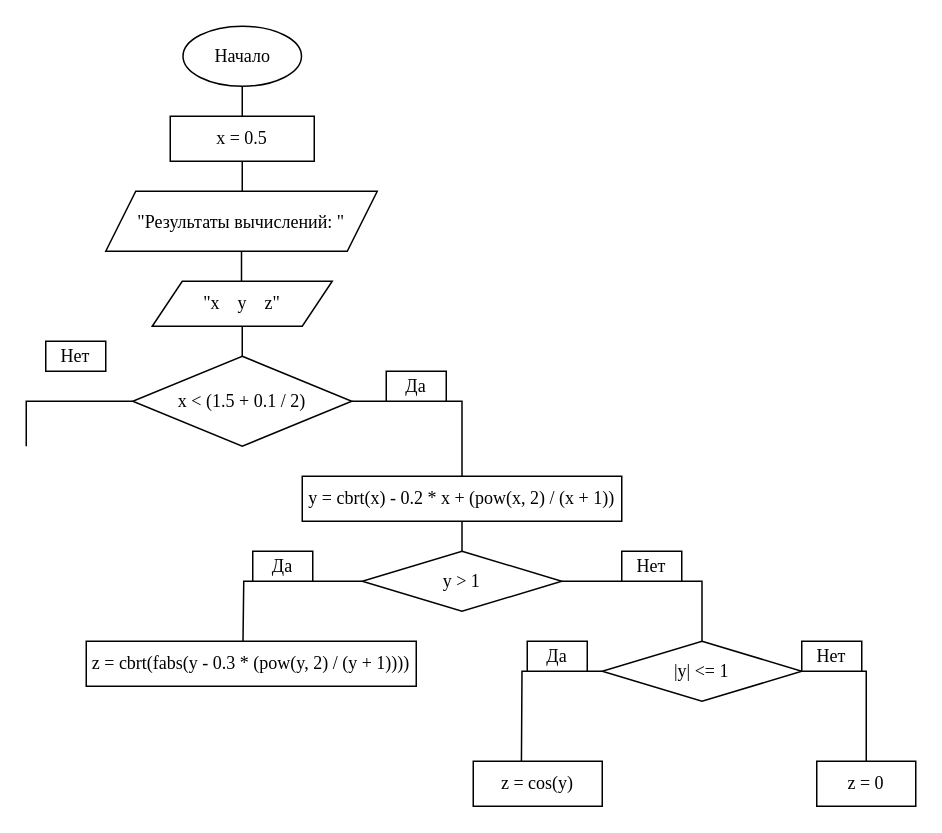
kkazim/proj keeps this draw.io diagram as Диаграмма без названия.drawio. Above is the earlier version. Source tidied: cells renumbered, new cells numbered last; positions are measured from the earlier drawing's top-left corner, leaving out a move shared by most shapes. Both pictures are drawn from the tidied source at 150%, with x=0, y=0 at pixel (26, 26).
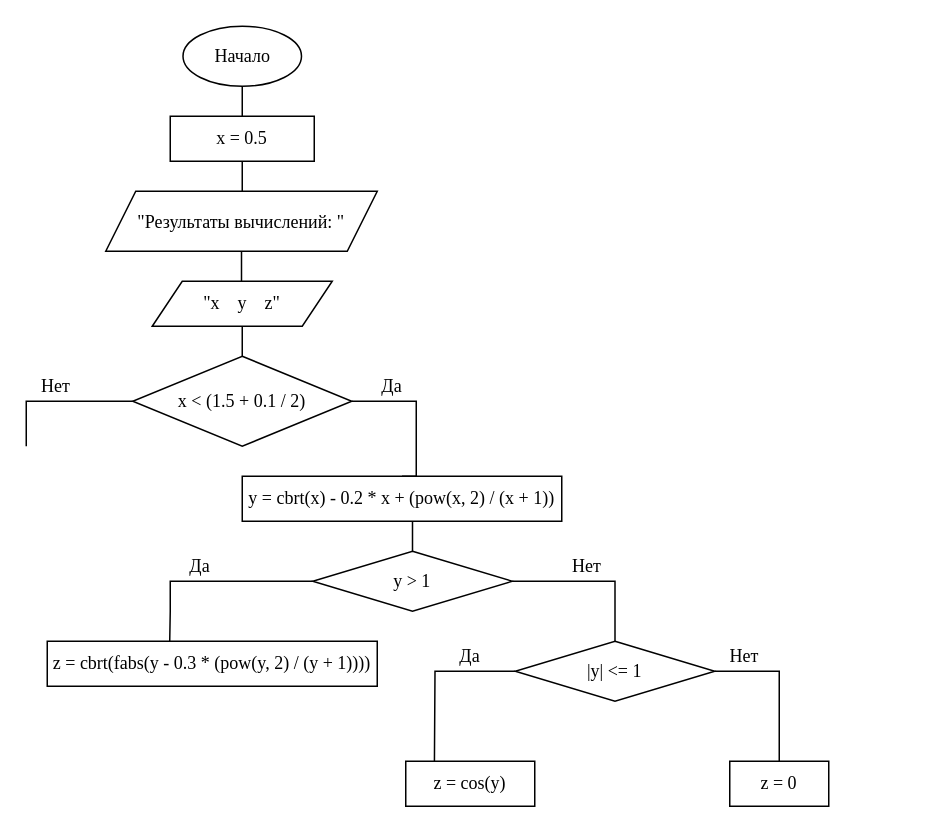
After the change.

The change refers to these unchanged cells:
```xml
<mxCell id="12" value="x &amp;lt; (1.5 + 0.1 / 2)" style="rhombus;whiteSpace=wrap;html=1;fontFamily=Times New Roman;fontSize=12;" parent="1" vertex="1">
  <mxGeometry x="71" y="220" width="146" height="60" as="geometry" />
</mxCell>
```

Change to the diagram source:
```diff
@@
     <mxCell id="10" style="edgeStyle=orthogonalEdgeStyle;rounded=0;jettySize=auto;html=1;exitX=1;exitY=0.5;exitDx=0;exitDy=0;fontFamily=Times New Roman;fontSize=12;endArrow=none;endFill=0;entryX=0.5;entryY=0;entryDx=0;entryDy=0;" parent="1" edge="1" source="12" target="16">
       <mxGeometry relative="1" as="geometry">
         <Array as="points">
-          <mxPoint x="291" y="250" />
+          <mxPoint x="260" y="250" />
+          <mxPoint x="260" y="300" />
         </Array>
       </mxGeometry>
     </mxCell>
@@
-    <mxCell id="13" value="Да" style="rounded=0;whiteSpace=wrap;html=1;fontFamily=Times New Roman;fontSize=12;" parent="1" vertex="1">
-      <mxGeometry x="240" y="230" width="40" height="20" as="geometry" />
+    <mxCell id="13" value="Да" style="rounded=0;whiteSpace=wrap;html=1;fontFamily=Times New Roman;fontSize=12;fillColor=none;strokeColor=none;" parent="1" vertex="1">
+      <mxGeometry x="224" y="230" width="40" height="20" as="geometry" />
     </mxCell>
-    <mxCell id="14" value="Нет" style="rounded=0;whiteSpace=wrap;html=1;fontFamily=Times New Roman;fontSize=12;" parent="1" vertex="1">
-      <mxGeometry x="13" y="210" width="40" height="20" as="geometry" />
+    <mxCell id="14" value="Нет" style="rounded=0;whiteSpace=wrap;html=1;fontFamily=Times New Roman;fontSize=12;strokeColor=none;fillColor=none;" parent="1" vertex="1">
+      <mxGeometry y="230" width="40" height="20" as="geometry" />
     </mxCell>
@@
     <mxCell id="16" value="y = cbrt(x) - 0.2 * x + (pow(x, 2) / (x + 1))" style="rounded=0;whiteSpace=wrap;html=1;fontFamily=Times New Roman;fontSize=12;" parent="1" vertex="1">
-      <mxGeometry x="184" y="300" width="213" height="30" as="geometry" />
+      <mxGeometry x="144" y="300" width="213" height="30" as="geometry" />
     </mxCell>
@@
-    <mxCell id="18" style="edgeStyle=orthogonalEdgeStyle;rounded=0;jettySize=auto;html=1;exitX=0;exitY=0.5;exitDx=0;exitDy=0;fontFamily=Times New Roman;fontSize=12;endArrow=none;endFill=0;" parent="1" edge="1" source="19">
+    <mxCell id="18" style="edgeStyle=orthogonalEdgeStyle;rounded=0;jettySize=auto;html=1;exitX=0;exitY=0.5;exitDx=0;exitDy=0;fontFamily=Times New Roman;fontSize=12;endArrow=none;endFill=0;entryX=0.371;entryY=0.058;entryDx=0;entryDy=0;entryPerimeter=0;" parent="1" edge="1" source="19" target="22">
       <mxGeometry relative="1" as="geometry">
-        <mxPoint x="144.5" y="410" as="targetPoint" />
+        <Array as="points">
+          <mxPoint x="96" y="370" />
+          <mxPoint x="96" y="390" />
+        </Array>
       </mxGeometry>
     </mxCell>
     <mxCell id="19" value="y &amp;gt; 1" style="rhombus;whiteSpace=wrap;html=1;fontFamily=Times New Roman;fontSize=12;" parent="1" vertex="1">
-      <mxGeometry x="224" y="350" width="133" height="40" as="geometry" />
+      <mxGeometry x="191" y="350" width="133" height="40" as="geometry" />
     </mxCell>
-    <mxCell id="20" value="Да" style="rounded=0;whiteSpace=wrap;html=1;fontFamily=Times New Roman;fontSize=12;" parent="1" vertex="1">
-      <mxGeometry x="151" y="350" width="40" height="20" as="geometry" />
+    <mxCell id="20" value="Да" style="rounded=0;whiteSpace=wrap;html=1;fontFamily=Times New Roman;fontSize=12;fillColor=none;strokeColor=none;" parent="1" vertex="1">
+      <mxGeometry x="96" y="350" width="40" height="20" as="geometry" />
     </mxCell>
-    <mxCell id="21" value="Нет" style="rounded=0;whiteSpace=wrap;html=1;fontFamily=Times New Roman;fontSize=12;" parent="1" vertex="1">
-      <mxGeometry x="397" y="350" width="40" height="20" as="geometry" />
+    <mxCell id="21" value="Нет" style="rounded=0;whiteSpace=wrap;html=1;fontFamily=Times New Roman;fontSize=12;fillColor=none;strokeColor=none;" parent="1" vertex="1">
+      <mxGeometry x="354" y="350" width="40" height="20" as="geometry" />
     </mxCell>
     <mxCell id="22" value="z = cbrt(fabs(y - 0.3 * (pow(y, 2) / (y + 1))))" style="rounded=0;whiteSpace=wrap;html=1;fontFamily=Times New Roman;fontSize=12;" parent="1" vertex="1">
-      <mxGeometry x="40" y="410" width="220" height="30" as="geometry" />
+      <mxGeometry x="14" y="410" width="220" height="30" as="geometry" />
     </mxCell>
     <mxCell id="23" style="edgeStyle=orthogonalEdgeStyle;rounded=0;jettySize=auto;html=1;exitX=0;exitY=0.5;exitDx=0;exitDy=0;fontFamily=Times New Roman;fontSize=12;endArrow=none;endFill=0;" parent="1" edge="1" source="25">
       <mxGeometry relative="1" as="geometry">
-        <mxPoint x="330" y="510" as="targetPoint" />
+        <mxPoint x="272" y="510" as="targetPoint" />
       </mxGeometry>
     </mxCell>
     <mxCell id="24" style="edgeStyle=orthogonalEdgeStyle;rounded=0;jettySize=auto;html=1;exitX=1;exitY=0.5;exitDx=0;exitDy=0;fontFamily=Times New Roman;fontSize=12;endArrow=none;endFill=0;entryX=0.5;entryY=0;entryDx=0;entryDy=0;" parent="1" edge="1" source="25" target="29">
       <mxGeometry relative="1" as="geometry">
         <Array as="points">
-          <mxPoint x="560" y="430" />
+          <mxPoint x="502" y="430" />
         </Array>
       </mxGeometry>
     </mxCell>
     <mxCell id="25" value="|y| &amp;lt;= 1" style="rhombus;whiteSpace=wrap;html=1;fontFamily=Times New Roman;fontSize=12;" parent="1" vertex="1">
-      <mxGeometry x="384" y="410" width="133" height="40" as="geometry" />
+      <mxGeometry x="326" y="410" width="133" height="40" as="geometry" />
     </mxCell>
-    <mxCell id="26" value="Да" style="rounded=0;whiteSpace=wrap;html=1;fontFamily=Times New Roman;fontSize=12;" parent="1" vertex="1">
-      <mxGeometry x="334" y="410" width="40" height="20" as="geometry" />
+    <mxCell id="26" value="Да" style="rounded=0;whiteSpace=wrap;html=1;fontFamily=Times New Roman;fontSize=12;fillColor=none;strokeColor=none;" parent="1" vertex="1">
+      <mxGeometry x="276" y="410" width="40" height="20" as="geometry" />
     </mxCell>
-    <mxCell id="27" value="Нет" style="rounded=0;whiteSpace=wrap;html=1;fontFamily=Times New Roman;fontSize=12;" parent="1" vertex="1">
-      <mxGeometry x="517" y="410" width="40" height="20" as="geometry" />
+    <mxCell id="27" value="Нет" style="rounded=0;whiteSpace=wrap;html=1;fontFamily=Times New Roman;fontSize=12;fillColor=none;strokeColor=none;" parent="1" vertex="1">
+      <mxGeometry x="459" y="410" width="40" height="20" as="geometry" />
     </mxCell>
     <mxCell id="28" value="z = cos(y)" style="rounded=0;whiteSpace=wrap;html=1;fontFamily=Times New Roman;fontSize=12;" parent="1" vertex="1">
-      <mxGeometry x="298" y="490" width="86" height="30" as="geometry" />
+      <mxGeometry x="253" y="490" width="86" height="30" as="geometry" />
     </mxCell>
     <mxCell id="29" value="z = 0" style="rounded=0;whiteSpace=wrap;html=1;fontFamily=Times New Roman;fontSize=12;" parent="1" vertex="1">
-      <mxGeometry x="527" y="490" width="66" height="30" as="geometry" />
+      <mxGeometry x="469" y="490" width="66" height="30" as="geometry" />
     </mxCell>
```
